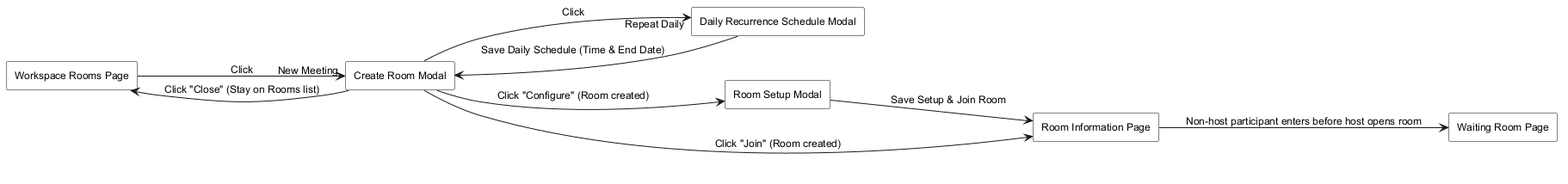
This is .agents/resources/screen flow/meeting/02-workspace-member-create-schedule-meeting-screen-flow.png from WarpTalk-CapstoneProject/warptalk-backend, a PlantUML export, as it was before one commit. The source it was exported from:
```plantuml
@startuml
skinparam monochrome true
skinparam shadowing false
skinparam defaultFontName Arial
skinparam defaultFontSize 12
skinparam rectangle {
  BackgroundColor white
  BorderColor black
}
left to right direction

rectangle "Workspace Rooms Page" as WorkspaceRoomsPage
rectangle "Create Room Modal" as CreateRoomModal
rectangle "Daily Recurrence Schedule Modal" as DailyScheduleModal
rectangle "Room Setup Modal" as RoomSetupModal
rectangle "Room Information Page" as RoomInformationPage
rectangle "Waiting Room Page" as WaitingRoomPage

WorkspaceRoomsPage --> CreateRoomModal : Click "New Meeting"

CreateRoomModal --> DailyScheduleModal : Click "Repeat Daily"
DailyScheduleModal --> CreateRoomModal : Save Daily Schedule (Time & End Date)

CreateRoomModal --> RoomSetupModal : Click "Configure" (Room created)
RoomSetupModal --> RoomInformationPage : Save Setup & Join Room

CreateRoomModal --> RoomInformationPage : Click "Join" (Room created)
CreateRoomModal --> WorkspaceRoomsPage : Click "Close" (Stay on Rooms list)

RoomInformationPage --> WaitingRoomPage : Non-host participant enters before host opens room

@enduml
```
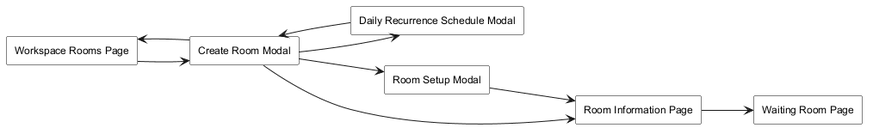
Later version of the same file.

The edit, as a diff of the source:
```diff
@@ -16,17 +16,17 @@
 rectangle "Room Information Page" as RoomInformationPage
 rectangle "Waiting Room Page" as WaitingRoomPage
 
-WorkspaceRoomsPage --> CreateRoomModal : Click "New Meeting"
+WorkspaceRoomsPage --> CreateRoomModal
 
-CreateRoomModal --> DailyScheduleModal : Click "Repeat Daily"
-DailyScheduleModal --> CreateRoomModal : Save Daily Schedule (Time & End Date)
+CreateRoomModal --> DailyScheduleModal
+DailyScheduleModal --> CreateRoomModal
 
-CreateRoomModal --> RoomSetupModal : Click "Configure" (Room created)
-RoomSetupModal --> RoomInformationPage : Save Setup & Join Room
+CreateRoomModal --> RoomSetupModal
+RoomSetupModal --> RoomInformationPage
 
-CreateRoomModal --> RoomInformationPage : Click "Join" (Room created)
-CreateRoomModal --> WorkspaceRoomsPage : Click "Close" (Stay on Rooms list)
+CreateRoomModal --> RoomInformationPage
+CreateRoomModal --> WorkspaceRoomsPage
 
-RoomInformationPage --> WaitingRoomPage : Non-host participant enters before host opens room
+RoomInformationPage --> WaitingRoomPage
 
 @enduml
```
